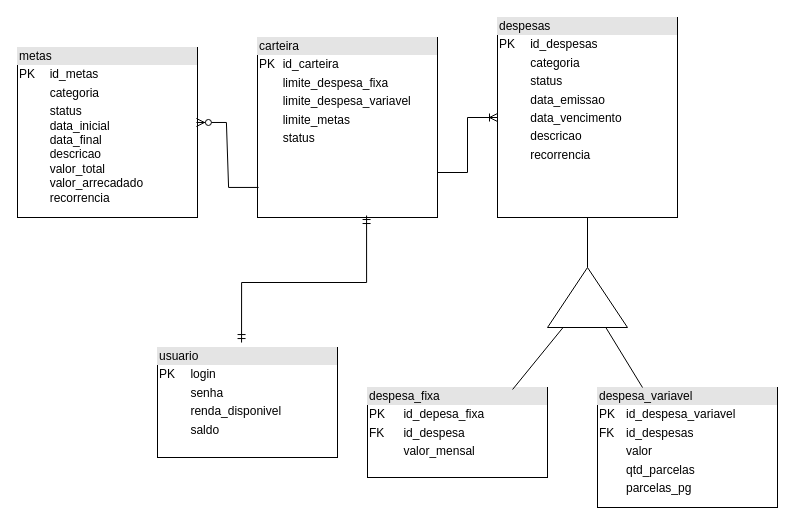
Earlier version of the draw.io diagram Diagrama entidade e relacionamento.drawio (josevictoraraujorojas/Controle-Financeiro). Source tidied: cells renumbered, new cells numbered last; positions are measured from the earlier drawing's top-left corner, leaving out a move shared by most shapes. Both pictures are drawn from the tidied source at 100%, with x=0, y=0 at pixel (17, 17).
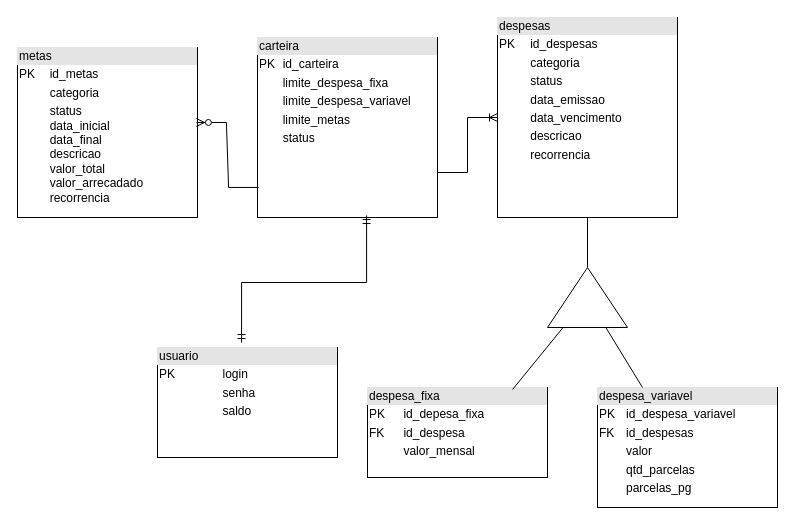
After the change.

What changed in the source:
```diff
@@
 <mxGraphModel>
   <root>
     <mxCell id="0" />
     <mxCell id="1" parent="0" />
-    <mxCell id="2" value="&lt;div style=&quot;box-sizing:border-box;width:100%;background:#e4e4e4;padding:2px;&quot;&gt;usuario&lt;/div&gt;&lt;table style=&quot;width:100%;font-size:1em;&quot; cellpadding=&quot;2&quot; cellspacing=&quot;0&quot;&gt;&lt;tbody&gt;&lt;tr&gt;&lt;td&gt;PK&lt;/td&gt;&lt;td&gt;login&lt;/td&gt;&lt;/tr&gt;&lt;tr&gt;&lt;td&gt;&lt;br&gt;&lt;/td&gt;&lt;td&gt;senha&lt;/td&gt;&lt;/tr&gt;&lt;tr&gt;&lt;td&gt;&lt;br&gt;&lt;/td&gt;&lt;td&gt;renda_disponivel&lt;/td&gt;&lt;/tr&gt;&lt;tr&gt;&lt;td&gt;&lt;br&gt;&lt;/td&gt;&lt;td&gt;saldo&lt;/td&gt;&lt;/tr&gt;&lt;/tbody&gt;&lt;/table&gt;" style="verticalAlign=top;align=left;overflow=fill;html=1;whiteSpace=wrap;" parent="1" vertex="1">
+    <mxCell id="2" value="&lt;div style=&quot;box-sizing:border-box;width:100%;background:#e4e4e4;padding:2px;&quot;&gt;usuario&lt;/div&gt;&lt;table style=&quot;width:100%;font-size:1em;&quot; cellpadding=&quot;2&quot; cellspacing=&quot;0&quot;&gt;&lt;tbody&gt;&lt;tr&gt;&lt;td&gt;PK&lt;/td&gt;&lt;td&gt;login&lt;/td&gt;&lt;/tr&gt;&lt;tr&gt;&lt;td&gt;&lt;br&gt;&lt;/td&gt;&lt;td&gt;senha&lt;/td&gt;&lt;/tr&gt;&lt;tr&gt;&lt;td&gt;&lt;br&gt;&lt;/td&gt;&lt;td&gt;saldo&lt;/td&gt;&lt;/tr&gt;&lt;tr&gt;&lt;td&gt;&lt;br&gt;&lt;/td&gt;&lt;td&gt;&lt;br&gt;&lt;/td&gt;&lt;/tr&gt;&lt;/tbody&gt;&lt;/table&gt;" style="verticalAlign=top;align=left;overflow=fill;html=1;whiteSpace=wrap;" parent="1" vertex="1">
       <mxGeometry x="140" y="330" width="180" height="110" as="geometry" />
     </mxCell>
     <mxCell id="3" value="&lt;div style=&quot;box-sizing:border-box;width:100%;background:#e4e4e4;padding:2px;&quot;&gt;carteira&lt;/div&gt;&lt;table style=&quot;width:100%;font-size:1em;&quot; cellpadding=&quot;2&quot; cellspacing=&quot;0&quot;&gt;&lt;tbody&gt;&lt;tr&gt;&lt;td&gt;PK&lt;/td&gt;&lt;td&gt;id_carteira&lt;/td&gt;&lt;/tr&gt;&lt;tr&gt;&lt;td&gt;&lt;br&gt;&lt;/td&gt;&lt;td&gt;limite_despesa_fixa&lt;/td&gt;&lt;/tr&gt;&lt;tr&gt;&lt;td&gt;&lt;/td&gt;&lt;td&gt;limite_despesa_variavel&lt;/td&gt;&lt;/tr&gt;&lt;tr&gt;&lt;td&gt;&lt;br&gt;&lt;/td&gt;&lt;td&gt;limite_metas&lt;/td&gt;&lt;/tr&gt;&lt;tr&gt;&lt;td&gt;&lt;br&gt;&lt;/td&gt;&lt;td&gt;status&lt;/td&gt;&lt;/tr&gt;&lt;tr&gt;&lt;td&gt;&lt;/td&gt;&lt;td&gt;&lt;br&gt;&lt;/td&gt;&lt;/tr&gt;&lt;tr&gt;&lt;td&gt;&lt;/td&gt;&lt;td&gt;&lt;br&gt;&lt;/td&gt;&lt;/tr&gt;&lt;/tbody&gt;&lt;/table&gt;" style="verticalAlign=top;align=left;overflow=fill;html=1;whiteSpace=wrap;" parent="1" vertex="1">
       <mxGeometry x="240" y="20" width="180" height="180" as="geometry" />
     </mxCell>
     <mxCell id="4" value="&lt;div style=&quot;box-sizing:border-box;width:100%;background:#e4e4e4;padding:2px;&quot;&gt;despesas&lt;/div&gt;&lt;table style=&quot;width:100%;font-size:1em;&quot; cellpadding=&quot;2&quot; cellspacing=&quot;0&quot;&gt;&lt;tbody&gt;&lt;tr&gt;&lt;td&gt;PK&lt;/td&gt;&lt;td&gt;id_despesas&lt;/td&gt;&lt;/tr&gt;&lt;tr&gt;&lt;td&gt;&lt;br&gt;&lt;/td&gt;&lt;td&gt;categoria&lt;/td&gt;&lt;/tr&gt;&lt;tr&gt;&lt;td&gt;&lt;/td&gt;&lt;td&gt;status&lt;/td&gt;&lt;/tr&gt;&lt;tr&gt;&lt;td&gt;&lt;br&gt;&lt;/td&gt;&lt;td&gt;data_emissao&lt;/td&gt;&lt;/tr&gt;&lt;tr&gt;&lt;td&gt;&lt;br&gt;&lt;/td&gt;&lt;td&gt;data_vencimento&lt;/td&gt;&lt;/tr&gt;&lt;tr&gt;&lt;td&gt;&lt;br&gt;&lt;/td&gt;&lt;td&gt;descricao&lt;/td&gt;&lt;/tr&gt;&lt;tr&gt;&lt;td&gt;&lt;br&gt;&lt;/td&gt;&lt;td&gt;recorrencia&lt;/td&gt;&lt;/tr&gt;&lt;/tbody&gt;&lt;/table&gt;" style="verticalAlign=top;align=left;overflow=fill;html=1;whiteSpace=wrap;" parent="1" vertex="1">
       <mxGeometry x="480" width="180" height="200" as="geometry" />
     </mxCell>
     <mxCell id="5" value="&lt;div style=&quot;box-sizing:border-box;width:100%;background:#e4e4e4;padding:2px;&quot;&gt;despesa_fixa&lt;/div&gt;&lt;table style=&quot;width:100%;font-size:1em;&quot; cellpadding=&quot;2&quot; cellspacing=&quot;0&quot;&gt;&lt;tbody&gt;&lt;tr&gt;&lt;td&gt;PK&lt;/td&gt;&lt;td&gt;id_depesa_fixa&lt;br&gt;&lt;/td&gt;&lt;/tr&gt;&lt;tr&gt;&lt;td&gt;FK&lt;/td&gt;&lt;td&gt;id_despesa&lt;/td&gt;&lt;/tr&gt;&lt;tr&gt;&lt;td&gt;&lt;br&gt;&lt;/td&gt;&lt;td&gt;valor_mensal&lt;/td&gt;&lt;/tr&gt;&lt;/tbody&gt;&lt;/table&gt;" style="verticalAlign=top;align=left;overflow=fill;html=1;whiteSpace=wrap;" parent="1" vertex="1">
       <mxGeometry x="350" y="370" width="180" height="90" as="geometry" />
     </mxCell>
     <mxCell id="6" value="&lt;div style=&quot;box-sizing:border-box;width:100%;background:#e4e4e4;padding:2px;&quot;&gt;despesa_variavel&lt;/div&gt;&lt;table style=&quot;width:100%;font-size:1em;&quot; cellpadding=&quot;2&quot; cellspacing=&quot;0&quot;&gt;&lt;tbody&gt;&lt;tr&gt;&lt;td&gt;PK&lt;/td&gt;&lt;td&gt;id_despesa_variavel&lt;/td&gt;&lt;/tr&gt;&lt;tr&gt;&lt;td&gt;FK&lt;/td&gt;&lt;td&gt;id_despesas&lt;/td&gt;&lt;/tr&gt;&lt;tr&gt;&lt;td&gt;&lt;br&gt;&lt;/td&gt;&lt;td&gt;valor&lt;/td&gt;&lt;/tr&gt;&lt;tr&gt;&lt;td&gt;&lt;/td&gt;&lt;td&gt;qtd_parcelas&lt;br&gt;&lt;/td&gt;&lt;/tr&gt;&lt;tr&gt;&lt;td&gt;&lt;br&gt;&lt;/td&gt;&lt;td&gt;parcelas_pg&lt;/td&gt;&lt;/tr&gt;&lt;tr&gt;&lt;td&gt;&lt;br&gt;&lt;/td&gt;&lt;td&gt;&lt;br&gt;&lt;/td&gt;&lt;/tr&gt;&lt;/tbody&gt;&lt;/table&gt;" style="verticalAlign=top;align=left;overflow=fill;html=1;whiteSpace=wrap;" parent="1" vertex="1">
       <mxGeometry x="580" y="370" width="180" height="120" as="geometry" />
     </mxCell>
     <mxCell id="7" value="&lt;div style=&quot;box-sizing:border-box;width:100%;background:#e4e4e4;padding:2px;&quot;&gt;metas&lt;/div&gt;&lt;table style=&quot;width:100%;font-size:1em;&quot; cellpadding=&quot;2&quot; cellspacing=&quot;0&quot;&gt;&lt;tbody&gt;&lt;tr&gt;&lt;td&gt;PK&lt;/td&gt;&lt;td&gt;id_metas&lt;/td&gt;&lt;/tr&gt;&lt;tr&gt;&lt;td&gt;&lt;br&gt;&lt;/td&gt;&lt;td&gt;categoria&lt;/td&gt;&lt;/tr&gt;&lt;tr&gt;&lt;td&gt;&lt;/td&gt;&lt;td&gt;status&lt;br&gt;data_inicial&lt;br&gt;data_final&lt;br&gt;descricao&lt;br&gt;valor_total&lt;br&gt;valor_arrecadado&lt;br&gt;recorrencia&lt;/td&gt;&lt;/tr&gt;&lt;/tbody&gt;&lt;/table&gt;" style="verticalAlign=top;align=left;overflow=fill;html=1;whiteSpace=wrap;direction=east;" parent="1" vertex="1">
       <mxGeometry y="30" width="180" height="170" as="geometry" />
     </mxCell>
     <mxCell id="8" style="edgeStyle=entityRelationEdgeStyle;fontSize=12;html=1;endArrow=ERzeroToMany;endFill=1;rounded=0;fontFamily=Helvetica;fontColor=default;entryX=0.994;entryY=0.441;entryDx=0;entryDy=0;entryPerimeter=0;exitX=0.006;exitY=0.833;exitDx=0;exitDy=0;exitPerimeter=0;" parent="1" edge="1" source="3" target="7">
       <mxGeometry relative="1" as="geometry" />
     </mxCell>
     <mxCell id="9" style="edgeStyle=orthogonalEdgeStyle;fontSize=12;html=1;endArrow=ERmandOne;startArrow=ERmandOne;rounded=0;fontFamily=Helvetica;fontColor=default;exitX=0.467;exitY=-0.045;exitDx=0;exitDy=0;entryX=0.606;entryY=0.989;entryDx=0;entryDy=0;entryPerimeter=0;exitPerimeter=0;" parent="1" edge="1" source="2" target="3">
       <mxGeometry relative="1" as="geometry" />
     </mxCell>
     <mxCell id="10" style="edgeStyle=entityRelationEdgeStyle;fontSize=12;html=1;endArrow=ERoneToMany;rounded=0;fontFamily=Helvetica;fontColor=default;entryX=0;entryY=0.5;entryDx=0;entryDy=0;exitX=1;exitY=0.75;exitDx=0;exitDy=0;" parent="1" edge="1" source="3" target="4">
       <mxGeometry relative="1" as="geometry" />
     </mxCell>
     <mxCell id="11" style="rounded=0;jettySize=auto;html=1;endArrow=none;endFill=0;" parent="1" edge="1" source="13" target="4">
       <mxGeometry relative="1" as="geometry" />
     </mxCell>
     <mxCell id="12" style="rounded=0;jettySize=auto;html=1;entryX=0.25;entryY=0;entryDx=0;entryDy=0;endArrow=none;endFill=0;" parent="1" edge="1" source="13" target="6">
       <mxGeometry relative="1" as="geometry" />
     </mxCell>
     <mxCell id="13" style="triangle;whiteSpace=wrap;html=1;rotation=-90;" parent="1" vertex="1">
       <mxGeometry x="540" y="240" width="60" height="80" as="geometry" />
     </mxCell>
     <mxCell id="14" style="rounded=0;jettySize=auto;html=1;entryX=0.806;entryY=0.022;entryDx=0;entryDy=0;entryPerimeter=0;endArrow=none;endFill=0;" parent="1" edge="1" source="13" target="5">
       <mxGeometry relative="1" as="geometry" />
     </mxCell>
   </root>
 </mxGraphModel>
```
